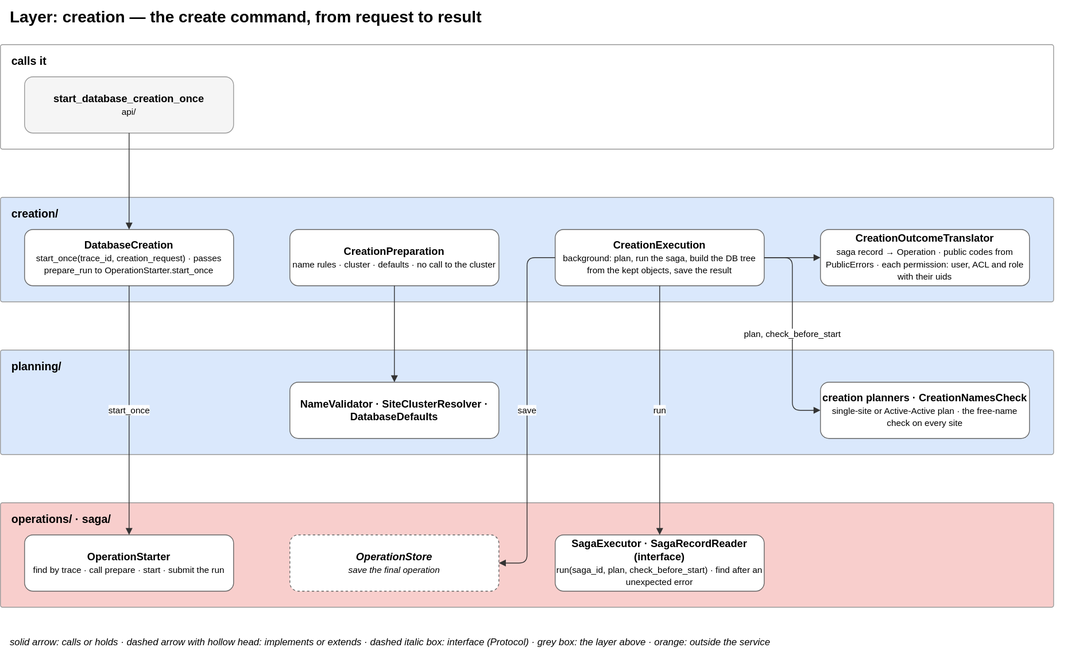
The draw.io diagram docs/diagrams/04-layer-creation.drawio.svg in EliShteinman/redis-enterprise-services, before a commit. Source tidied: cells renumbered, new cells last; positions are measured from the earlier drawing's top-left corner, leaving out a move shared by most shapes.
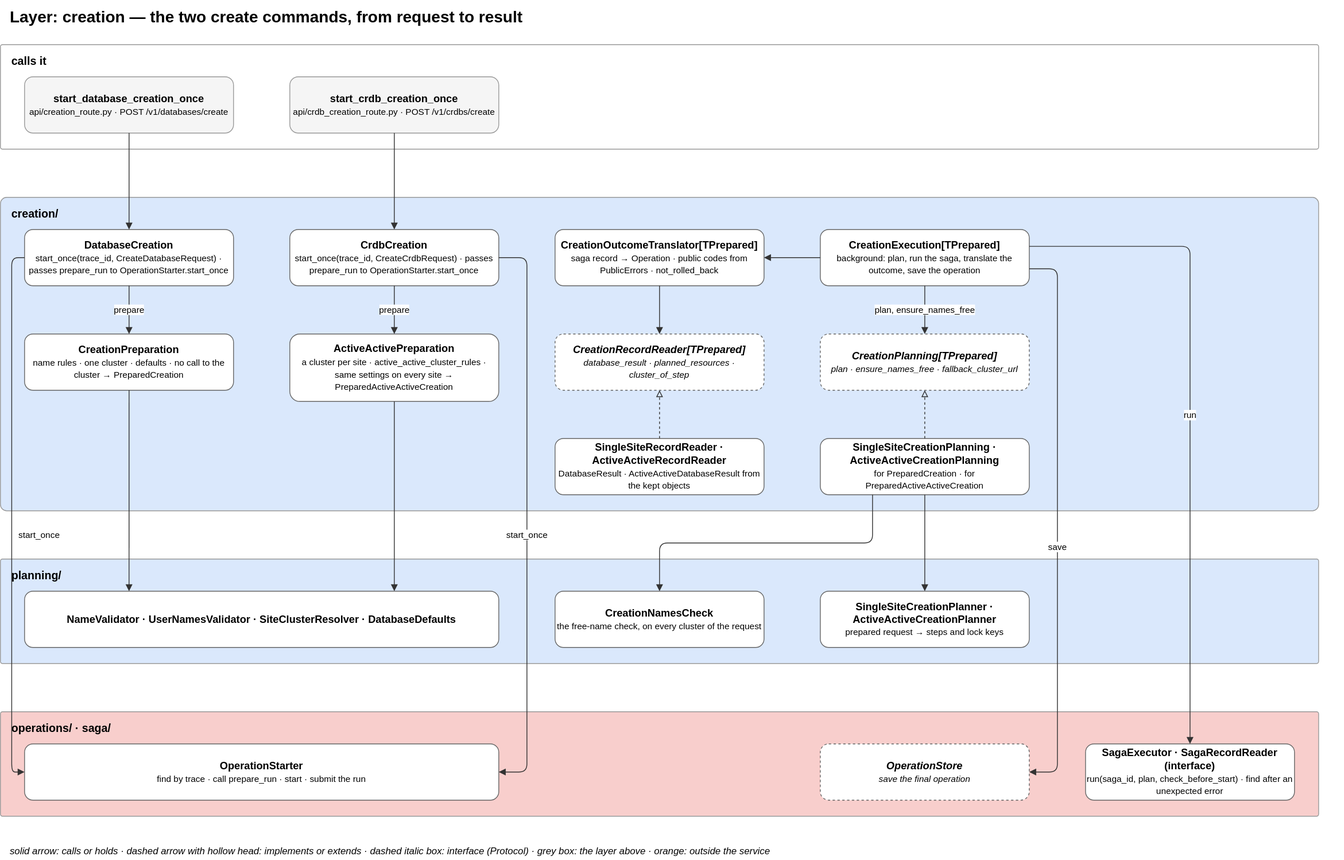
Above is the later version.

Commit message:
docs: name the real classes and routes of single-site and Active-Active creation

The edit, as a diff of the source:
```diff
@@ -2,74 +2,146 @@
   <root>
     <mxCell id="0" />
     <mxCell id="1" parent="0" />
-    <mxCell id="2" value="&lt;b&gt;Layer: creation — the create command, from request to result&lt;/b&gt;" style="text;html=1;fontSize=20;align=left;verticalAlign=middle;" parent="1" vertex="1">
-      <mxGeometry x="10" width="1330" height="40" as="geometry" />
+    <mxCell id="2" value="&lt;b&gt;Layer: creation — the two create commands, from request to result&lt;/b&gt;" style="text;html=1;fontSize=20;align=left;verticalAlign=middle;" parent="1" vertex="1">
+      <mxGeometry x="10" width="1660" height="40" as="geometry" />
     </mxCell>
     <mxCell id="3" value="&lt;b&gt;calls it&lt;/b&gt;" style="rounded=1;arcSize=2;fillColor=#ffffff;strokeColor=#999999;verticalAlign=top;align=left;spacingLeft=12;spacingTop=6;html=1;fontSize=14;" parent="1" vertex="1">
-      <mxGeometry y="55" width="1310" height="130" as="geometry" />
+      <mxGeometry y="55" width="1640" height="130" as="geometry" />
     </mxCell>
+    <mxCell id="5" value="&lt;b&gt;creation/&lt;/b&gt;" style="rounded=1;arcSize=2;fillColor=#dae8fc;strokeColor=#999999;verticalAlign=top;align=left;spacingLeft=12;spacingTop=6;html=1;fontSize=14;" parent="1" vertex="1">
+      <mxGeometry y="245" width="1640" height="390" as="geometry" />
+    </mxCell>
+    <mxCell id="10" value="&lt;b&gt;planning/&lt;/b&gt;" style="rounded=1;arcSize=2;fillColor=#dae8fc;strokeColor=#999999;verticalAlign=top;align=left;spacingLeft=12;spacingTop=6;html=1;fontSize=14;" parent="1" vertex="1">
+      <mxGeometry y="695" width="1640" height="130" as="geometry" />
+    </mxCell>
+    <mxCell id="13" value="&lt;b&gt;operations/ · saga/&lt;/b&gt;" style="rounded=1;arcSize=2;fillColor=#f8cecc;strokeColor=#999999;verticalAlign=top;align=left;spacingLeft=12;spacingTop=6;html=1;fontSize=14;" parent="1" vertex="1">
+      <mxGeometry y="885" width="1640" height="130" as="geometry" />
+    </mxCell>
-    <mxCell id="4" value="&lt;b&gt;start_database_creation_once&lt;/b&gt;&lt;br&gt;&lt;font style='font-size:11px'&gt;api/&lt;/font&gt;" style="rounded=1;whiteSpace=wrap;html=1;fillColor=#f5f5f5;strokeColor=#999999;fontSize=13;" parent="1" vertex="1">
+    <mxCell id="4" value="&lt;b&gt;start_database_creation_once&lt;/b&gt;&lt;br&gt;&lt;font style='font-size:11px'&gt;api/creation_route.py · POST /v1/databases/create&lt;/font&gt;" style="rounded=1;whiteSpace=wrap;html=1;fillColor=#f5f5f5;strokeColor=#999999;fontSize=13;" parent="1" vertex="1">
       <mxGeometry x="30" y="95" width="260" height="70" as="geometry" />
     </mxCell>
-    <mxCell id="5" value="&lt;b&gt;creation/&lt;/b&gt;" style="rounded=1;arcSize=2;fillColor=#dae8fc;strokeColor=#999999;verticalAlign=top;align=left;spacingLeft=12;spacingTop=6;html=1;fontSize=14;" parent="1" vertex="1">
-      <mxGeometry y="245" width="1310" height="130" as="geometry" />
-    </mxCell>
+    <mxCell id="25" value="&lt;b&gt;start_crdb_creation_once&lt;/b&gt;&lt;br&gt;&lt;font style='font-size:11px'&gt;api/crdb_creation_route.py · POST /v1/crdbs/create&lt;/font&gt;" style="rounded=1;whiteSpace=wrap;html=1;fillColor=#f5f5f5;strokeColor=#999999;fontSize=13;" parent="1" vertex="1">
+      <mxGeometry x="360" y="95" width="260" height="70" as="geometry" />
+    </mxCell>
-    <mxCell id="6" value="&lt;b&gt;DatabaseCreation&lt;/b&gt;&lt;br&gt;&lt;font style='font-size:11px'&gt;start_once(trace_id, creation_request) · passes prepare_run to OperationStarter.start_once&lt;/font&gt;" style="rounded=1;whiteSpace=wrap;html=1;fillColor=#ffffff;strokeColor=#666666;fontSize=13;" parent="1" vertex="1">
+    <mxCell id="6" value="&lt;b&gt;DatabaseCreation&lt;/b&gt;&lt;br&gt;&lt;font style='font-size:11px'&gt;start_once(trace_id, CreateDatabaseRequest) · passes prepare_run to OperationStarter.start_once&lt;/font&gt;" style="rounded=1;whiteSpace=wrap;html=1;fillColor=#ffffff;strokeColor=#666666;fontSize=13;" parent="1" vertex="1">
       <mxGeometry x="30" y="285" width="260" height="70" as="geometry" />
     </mxCell>
+    <mxCell id="26" value="&lt;b&gt;CrdbCreation&lt;/b&gt;&lt;br&gt;&lt;font style='font-size:11px'&gt;start_once(trace_id, CreateCrdbRequest) · passes prepare_run to OperationStarter.start_once&lt;/font&gt;" style="rounded=1;whiteSpace=wrap;html=1;fillColor=#ffffff;strokeColor=#666666;fontSize=13;" parent="1" vertex="1">
+      <mxGeometry x="360" y="285" width="260" height="70" as="geometry" />
+    </mxCell>
-    <mxCell id="7" value="&lt;b&gt;CreationPreparation&lt;/b&gt;&lt;br&gt;&lt;font style='font-size:11px'&gt;name rules · cluster · defaults · no call to the cluster&lt;/font&gt;" style="rounded=1;whiteSpace=wrap;html=1;fillColor=#ffffff;strokeColor=#666666;fontSize=13;" parent="1" vertex="1">
-      <mxGeometry x="360" y="285" width="260" height="70" as="geometry" />
+    <mxCell id="7" value="&lt;b&gt;CreationPreparation&lt;/b&gt;&lt;br&gt;&lt;font style='font-size:11px'&gt;name rules · one cluster · defaults · no call to the cluster → PreparedCreation&lt;/font&gt;" style="rounded=1;whiteSpace=wrap;html=1;fillColor=#ffffff;strokeColor=#666666;fontSize=13;" parent="1" vertex="1">
+      <mxGeometry x="30" y="415" width="260" height="70" as="geometry" />
     </mxCell>
+    <mxCell id="27" value="&lt;b&gt;ActiveActivePreparation&lt;/b&gt;&lt;br&gt;&lt;font style='font-size:11px'&gt;a cluster per site · active_active_cluster_rules · same settings on every site → PreparedActiveActiveCreation&lt;/font&gt;" style="rounded=1;whiteSpace=wrap;html=1;fillColor=#ffffff;strokeColor=#666666;fontSize=13;" parent="1" vertex="1">
+      <mxGeometry x="360" y="415" width="260" height="84" as="geometry" />
+    </mxCell>
+    <mxCell id="9" value="&lt;b&gt;CreationOutcomeTranslator[TPrepared]&lt;/b&gt;&lt;br&gt;&lt;font style='font-size:11px'&gt;saga record → Operation · public codes from PublicErrors · not_rolled_back&lt;/font&gt;" style="rounded=1;whiteSpace=wrap;html=1;fillColor=#ffffff;strokeColor=#666666;fontSize=13;" parent="1" vertex="1">
+      <mxGeometry x="690" y="285" width="260" height="70" as="geometry" />
+    </mxCell>
-    <mxCell id="8" value="&lt;b&gt;CreationExecution&lt;/b&gt;&lt;br&gt;&lt;font style='font-size:11px'&gt;background: plan, run the saga, build the DB tree from the kept objects, save the result&lt;/font&gt;" style="rounded=1;whiteSpace=wrap;html=1;fillColor=#ffffff;strokeColor=#666666;fontSize=13;" parent="1" vertex="1">
-      <mxGeometry x="690" y="285" width="260" height="70" as="geometry" />
+    <mxCell id="8" value="&lt;b&gt;CreationExecution[TPrepared]&lt;/b&gt;&lt;br&gt;&lt;font style='font-size:11px'&gt;background: plan, run the saga, translate the outcome, save the operation&lt;/font&gt;" style="rounded=1;whiteSpace=wrap;html=1;fillColor=#ffffff;strokeColor=#666666;fontSize=13;" parent="1" vertex="1">
+      <mxGeometry x="1020" y="285" width="260" height="70" as="geometry" />
     </mxCell>
-    <mxCell id="9" value="&lt;b&gt;CreationOutcomeTranslator&lt;/b&gt;&lt;br&gt;&lt;font style='font-size:11px'&gt;saga record → Operation · public codes from PublicErrors · each permission: user, ACL and role with their uids&lt;/font&gt;" style="rounded=1;whiteSpace=wrap;html=1;fillColor=#ffffff;strokeColor=#666666;fontSize=13;" parent="1" vertex="1">
-      <mxGeometry x="1020" y="285" width="260" height="70" as="geometry" />
-    </mxCell>
-    <mxCell id="10" value="&lt;b&gt;planning/&lt;/b&gt;" style="rounded=1;arcSize=2;fillColor=#dae8fc;strokeColor=#999999;verticalAlign=top;align=left;spacingLeft=12;spacingTop=6;html=1;fontSize=14;" parent="1" vertex="1">
-      <mxGeometry y="435" width="1310" height="130" as="geometry" />
-    </mxCell>
+    <mxCell id="28" value="&lt;b&gt;CreationRecordReader[TPrepared]&lt;/b&gt;&lt;br&gt;&lt;font style='font-size:11px'&gt;database_result · planned_resources · cluster_of_step&lt;/font&gt;" style="rounded=1;whiteSpace=wrap;html=1;fillColor=#ffffff;strokeColor=#666666;fontSize=13;dashed=1;fontStyle=2;" parent="1" vertex="1">
+      <mxGeometry x="690" y="415" width="260" height="70" as="geometry" />
+    </mxCell>
+    <mxCell id="29" value="&lt;b&gt;CreationPlanning[TPrepared]&lt;/b&gt;&lt;br&gt;&lt;font style='font-size:11px'&gt;plan · ensure_names_free · fallback_cluster_url&lt;/font&gt;" style="rounded=1;whiteSpace=wrap;html=1;fillColor=#ffffff;strokeColor=#666666;fontSize=13;dashed=1;fontStyle=2;" parent="1" vertex="1">
+      <mxGeometry x="1020" y="415" width="260" height="70" as="geometry" />
+    </mxCell>
+    <mxCell id="30" value="&lt;b&gt;SingleSiteRecordReader · ActiveActiveRecordReader&lt;/b&gt;&lt;br&gt;&lt;font style='font-size:11px'&gt;DatabaseResult · ActiveActiveDatabaseResult from the kept objects&lt;/font&gt;" style="rounded=1;whiteSpace=wrap;html=1;fillColor=#ffffff;strokeColor=#666666;fontSize=13;" parent="1" vertex="1">
+      <mxGeometry x="690" y="545" width="260" height="70" as="geometry" />
+    </mxCell>
+    <mxCell id="31" value="&lt;b&gt;SingleSiteCreationPlanning · ActiveActiveCreationPlanning&lt;/b&gt;&lt;br&gt;&lt;font style='font-size:11px'&gt;for PreparedCreation · for PreparedActiveActiveCreation&lt;/font&gt;" style="rounded=1;whiteSpace=wrap;html=1;fillColor=#ffffff;strokeColor=#666666;fontSize=13;" parent="1" vertex="1">
+      <mxGeometry x="1020" y="545" width="260" height="70" as="geometry" />
+    </mxCell>
-    <mxCell id="11" value="&lt;b&gt;NameValidator · SiteClusterResolver · DatabaseDefaults&lt;/b&gt;" style="rounded=1;whiteSpace=wrap;html=1;fillColor=#ffffff;strokeColor=#666666;fontSize=13;" parent="1" vertex="1">
-      <mxGeometry x="360" y="475" width="260" height="70" as="geometry" />
+    <mxCell id="11" value="&lt;b&gt;NameValidator · UserNamesValidator · SiteClusterResolver · DatabaseDefaults&lt;/b&gt;" style="rounded=1;whiteSpace=wrap;html=1;fillColor=#ffffff;strokeColor=#666666;fontSize=13;" parent="1" vertex="1">
+      <mxGeometry x="30" y="735" width="590" height="70" as="geometry" />
     </mxCell>
+    <mxCell id="32" value="&lt;b&gt;CreationNamesCheck&lt;/b&gt;&lt;br&gt;&lt;font style='font-size:11px'&gt;the free-name check, on every cluster of the request&lt;/font&gt;" style="rounded=1;whiteSpace=wrap;html=1;fillColor=#ffffff;strokeColor=#666666;fontSize=13;" parent="1" vertex="1">
+      <mxGeometry x="690" y="735" width="260" height="70" as="geometry" />
+    </mxCell>
-    <mxCell id="12" value="&lt;b&gt;creation planners · CreationNamesCheck&lt;/b&gt;&lt;br&gt;&lt;font style='font-size:11px'&gt;single-site or Active-Active plan · the free-name check on every site&lt;/font&gt;" style="rounded=1;whiteSpace=wrap;html=1;fillColor=#ffffff;strokeColor=#666666;fontSize=13;" parent="1" vertex="1">
-      <mxGeometry x="1020" y="475" width="260" height="70" as="geometry" />
+    <mxCell id="12" value="&lt;b&gt;SingleSiteCreationPlanner · ActiveActiveCreationPlanner&lt;/b&gt;&lt;br&gt;&lt;font style='font-size:11px'&gt;prepared request → steps and lock keys&lt;/font&gt;" style="rounded=1;whiteSpace=wrap;html=1;fillColor=#ffffff;strokeColor=#666666;fontSize=13;" parent="1" vertex="1">
+      <mxGeometry x="1020" y="735" width="260" height="70" as="geometry" />
     </mxCell>
-    <mxCell id="13" value="&lt;b&gt;operations/ · saga/&lt;/b&gt;" style="rounded=1;arcSize=2;fillColor=#f8cecc;strokeColor=#999999;verticalAlign=top;align=left;spacingLeft=12;spacingTop=6;html=1;fontSize=14;" parent="1" vertex="1">
-      <mxGeometry y="625" width="1310" height="130" as="geometry" />
-    </mxCell>
-    <mxCell id="14" value="&lt;b&gt;OperationStarter&lt;/b&gt;&lt;br&gt;&lt;font style='font-size:11px'&gt;find by trace · call prepare · start · submit the run&lt;/font&gt;" style="rounded=1;whiteSpace=wrap;html=1;fillColor=#ffffff;strokeColor=#666666;fontSize=13;" parent="1" vertex="1">
-      <mxGeometry x="30" y="665" width="260" height="70" as="geometry" />
+    <mxCell id="14" value="&lt;b&gt;OperationStarter&lt;/b&gt;&lt;br&gt;&lt;font style='font-size:11px'&gt;find by trace · call prepare_run · start · submit the run&lt;/font&gt;" style="rounded=1;whiteSpace=wrap;html=1;fillColor=#ffffff;strokeColor=#666666;fontSize=13;" parent="1" vertex="1">
+      <mxGeometry x="30" y="925" width="590" height="70" as="geometry" />
     </mxCell>
     <mxCell id="15" value="&lt;b&gt;OperationStore&lt;/b&gt;&lt;br&gt;&lt;font style='font-size:11px'&gt;save the final operation&lt;/font&gt;" style="rounded=1;whiteSpace=wrap;html=1;fillColor=#ffffff;strokeColor=#666666;fontSize=13;dashed=1;fontStyle=2;" parent="1" vertex="1">
-      <mxGeometry x="360" y="665" width="260" height="70" as="geometry" />
+      <mxGeometry x="1020" y="925" width="260" height="70" as="geometry" />
     </mxCell>
     <mxCell id="16" value="&lt;b&gt;SagaExecutor · SagaRecordReader (interface)&lt;/b&gt;&lt;br&gt;&lt;font style='font-size:11px'&gt;run(saga_id, plan, check_before_start) · find after an unexpected error&lt;/font&gt;" style="rounded=1;whiteSpace=wrap;html=1;fillColor=#ffffff;strokeColor=#666666;fontSize=13;" parent="1" vertex="1">
-      <mxGeometry x="690" y="665" width="260" height="70" as="geometry" />
+      <mxGeometry x="1350" y="925" width="260" height="70" as="geometry" />
     </mxCell>
     <mxCell id="17" style="edgeStyle=orthogonalEdgeStyle;rounded=1;html=1;fontSize=11;labelBackgroundColor=#ffffff;exitX=0.5;exitY=1;entryX=0.5;entryY=0;endArrow=block;strokeColor=#333333;" parent="1" edge="1" source="4" target="6">
       <mxGeometry relative="1" as="geometry" />
     </mxCell>
+    <mxCell id="33" style="edgeStyle=orthogonalEdgeStyle;rounded=1;html=1;fontSize=11;labelBackgroundColor=#ffffff;exitX=0.5;exitY=1;entryX=0.5;entryY=0;endArrow=block;strokeColor=#333333;" parent="1" edge="1" source="25" target="26">
+      <mxGeometry relative="1" as="geometry" />
+    </mxCell>
+    <mxCell id="34" value="prepare" style="edgeStyle=orthogonalEdgeStyle;rounded=1;html=1;fontSize=11;labelBackgroundColor=#ffffff;exitX=0.5;exitY=1;entryX=0.5;entryY=0;endArrow=block;strokeColor=#333333;" parent="1" edge="1" source="6" target="7">
+      <mxGeometry relative="1" as="geometry" />
+    </mxCell>
+    <mxCell id="35" value="prepare" style="edgeStyle=orthogonalEdgeStyle;rounded=1;html=1;fontSize=11;labelBackgroundColor=#ffffff;exitX=0.5;exitY=1;entryX=0.5;entryY=0;endArrow=block;strokeColor=#333333;" parent="1" edge="1" source="26" target="27">
+      <mxGeometry relative="1" as="geometry" />
+    </mxCell>
+    <mxCell id="19" style="edgeStyle=orthogonalEdgeStyle;rounded=1;html=1;fontSize=11;labelBackgroundColor=#ffffff;exitX=0.5;exitY=1;entryX=0.2203;entryY=0;endArrow=block;strokeColor=#333333;" parent="1" edge="1" source="7" target="11">
+      <mxGeometry relative="1" as="geometry" />
+    </mxCell>
+    <mxCell id="36" style="edgeStyle=orthogonalEdgeStyle;rounded=1;html=1;fontSize=11;labelBackgroundColor=#ffffff;exitX=0.5;exitY=1;entryX=0.7797;entryY=0;endArrow=block;strokeColor=#333333;" parent="1" edge="1" source="27" target="11">
+      <mxGeometry relative="1" as="geometry" />
+    </mxCell>
-    <mxCell id="18" value="start_once" style="edgeStyle=orthogonalEdgeStyle;rounded=1;html=1;fontSize=11;labelBackgroundColor=#ffffff;exitX=0.5;exitY=1;entryX=0.5;entryY=0;endArrow=block;strokeColor=#333333;" parent="1" edge="1" source="6" target="14">
-      <mxGeometry relative="1" as="geometry" />
+    <mxCell id="18" value="start_once" style="edgeStyle=orthogonalEdgeStyle;rounded=1;html=1;fontSize=11;labelBackgroundColor=#ffffff;exitX=0;exitY=0.5;entryX=0;entryY=0.5;endArrow=block;strokeColor=#333333;" parent="1" edge="1" source="6" target="14">
+      <mxGeometry relative="1" as="geometry">
+        <Array as="points">
+          <mxPoint x="14" y="320" />
+          <mxPoint x="14" y="960" />
+        </Array>
+        <mxPoint x="34" y="25" as="offset" />
+      </mxGeometry>
     </mxCell>
-    <mxCell id="19" style="edgeStyle=orthogonalEdgeStyle;rounded=1;html=1;fontSize=11;labelBackgroundColor=#ffffff;exitX=0.5;exitY=1;entryX=0.5;entryY=0;endArrow=block;strokeColor=#333333;" parent="1" edge="1" source="7" target="11">
-      <mxGeometry relative="1" as="geometry" />
-    </mxCell>
+    <mxCell id="37" value="start_once" style="edgeStyle=orthogonalEdgeStyle;rounded=1;html=1;fontSize=11;labelBackgroundColor=#ffffff;exitX=1;exitY=0.5;entryX=1;entryY=0.5;endArrow=block;strokeColor=#333333;" parent="1" edge="1" source="26" target="14">
+      <mxGeometry relative="1" as="geometry">
+        <Array as="points">
+          <mxPoint x="655" y="320" />
+          <mxPoint x="655" y="960" />
+        </Array>
+        <mxPoint y="25" as="offset" />
+      </mxGeometry>
+    </mxCell>
+    <mxCell id="23" style="edgeStyle=orthogonalEdgeStyle;rounded=1;html=1;fontSize=11;labelBackgroundColor=#ffffff;exitX=0;exitY=0.5;entryX=1;entryY=0.5;endArrow=block;strokeColor=#333333;" parent="1" edge="1" source="8" target="9">
+      <mxGeometry relative="1" as="geometry" />
+    </mxCell>
-    <mxCell id="20" value="plan, check_before_start" style="edgeStyle=orthogonalEdgeStyle;rounded=1;html=1;fontSize=11;labelBackgroundColor=#ffffff;exitX=1;exitY=0.5;entryX=0;entryY=0.5;endArrow=block;strokeColor=#333333;" parent="1" edge="1" source="8" target="12">
+    <mxCell id="20" value="plan, ensure_names_free" style="edgeStyle=orthogonalEdgeStyle;rounded=1;html=1;fontSize=11;labelBackgroundColor=#ffffff;exitX=0.5;exitY=1;entryX=0.5;entryY=0;endArrow=block;strokeColor=#333333;" parent="1" edge="1" source="8" target="29">
       <mxGeometry relative="1" as="geometry" />
     </mxCell>
+    <mxCell id="38" style="edgeStyle=orthogonalEdgeStyle;rounded=1;html=1;fontSize=11;labelBackgroundColor=#ffffff;exitX=0.5;exitY=1;entryX=0.5;entryY=0;endArrow=block;strokeColor=#333333;" parent="1" edge="1" source="9" target="28">
+      <mxGeometry relative="1" as="geometry" />
+    </mxCell>
+    <mxCell id="39" style="edgeStyle=orthogonalEdgeStyle;rounded=1;html=1;fontSize=11;labelBackgroundColor=#ffffff;exitX=0.5;exitY=0;entryX=0.5;entryY=1;endArrow=block;strokeColor=#333333;dashed=1;endFill=0;" parent="1" edge="1" source="31" target="29">
+      <mxGeometry relative="1" as="geometry" />
+    </mxCell>
+    <mxCell id="40" style="edgeStyle=orthogonalEdgeStyle;rounded=1;html=1;fontSize=11;labelBackgroundColor=#ffffff;exitX=0.5;exitY=0;entryX=0.5;entryY=1;endArrow=block;strokeColor=#333333;dashed=1;endFill=0;" parent="1" edge="1" source="30" target="28">
+      <mxGeometry relative="1" as="geometry" />
+    </mxCell>
+    <mxCell id="41" style="edgeStyle=orthogonalEdgeStyle;rounded=1;html=1;fontSize=11;labelBackgroundColor=#ffffff;exitX=0.5;exitY=1;entryX=0.5;entryY=0;endArrow=block;strokeColor=#333333;" parent="1" edge="1" source="31" target="12">
+      <mxGeometry relative="1" as="geometry" />
+    </mxCell>
+    <mxCell id="42" style="edgeStyle=orthogonalEdgeStyle;rounded=1;html=1;fontSize=11;labelBackgroundColor=#ffffff;exitX=0.25;exitY=1;entryX=0.5;entryY=0;endArrow=block;strokeColor=#333333;" parent="1" edge="1" source="31" target="32">
+      <mxGeometry relative="1" as="geometry" />
+    </mxCell>
+    <mxCell id="22" value="save" style="edgeStyle=orthogonalEdgeStyle;rounded=1;html=1;fontSize=11;labelBackgroundColor=#ffffff;exitX=1;exitY=0.7;entryX=1;entryY=0.5;endArrow=block;strokeColor=#333333;" parent="1" edge="1" source="8" target="15">
+      <mxGeometry relative="1" as="geometry">
+        <Array as="points">
+          <mxPoint x="1315" y="334" />
+          <mxPoint x="1315" y="960" />
+        </Array>
+        <mxPoint y="33" as="offset" />
+      </mxGeometry>
+    </mxCell>
-    <mxCell id="21" value="run" style="edgeStyle=orthogonalEdgeStyle;rounded=1;html=1;fontSize=11;labelBackgroundColor=#ffffff;exitX=0.5;exitY=1;entryX=0.5;entryY=0;endArrow=block;strokeColor=#333333;" parent="1" edge="1" source="8" target="16">
+    <mxCell id="21" value="run" style="edgeStyle=orthogonalEdgeStyle;rounded=1;html=1;fontSize=11;labelBackgroundColor=#ffffff;exitX=1;exitY=0.3;entryX=0.5;entryY=0;endArrow=block;strokeColor=#333333;" parent="1" edge="1" source="8" target="16">
       <mxGeometry relative="1" as="geometry" />
     </mxCell>
-    <mxCell id="22" value="save" style="edgeStyle=orthogonalEdgeStyle;rounded=1;html=1;fontSize=11;labelBackgroundColor=#ffffff;exitX=0;exitY=0.5;entryX=1;entryY=0.5;endArrow=block;strokeColor=#333333;" parent="1" edge="1" source="8" target="15">
-      <mxGeometry relative="1" as="geometry" />
-    </mxCell>
-    <mxCell id="23" style="edgeStyle=orthogonalEdgeStyle;rounded=1;html=1;fontSize=11;labelBackgroundColor=#ffffff;exitX=1;exitY=0.5;entryX=0;entryY=0.5;endArrow=block;strokeColor=#333333;" parent="1" edge="1" source="8" target="9">
-      <mxGeometry relative="1" as="geometry" />
-    </mxCell>
     <mxCell id="24" value="&lt;i&gt;solid arrow: calls or holds · dashed arrow with hollow head: implements or extends · dashed italic box: interface (Protocol) · grey box: the layer above · orange: outside the service&lt;/i&gt;" style="text;html=1;fontSize=12;align=left;" parent="1" vertex="1">
-      <mxGeometry x="10" y="785" width="1330" height="24" as="geometry" />
+      <mxGeometry x="10" y="1045" width="1660" height="24" as="geometry" />
     </mxCell>
   </root>
 </mxGraphModel>
```
